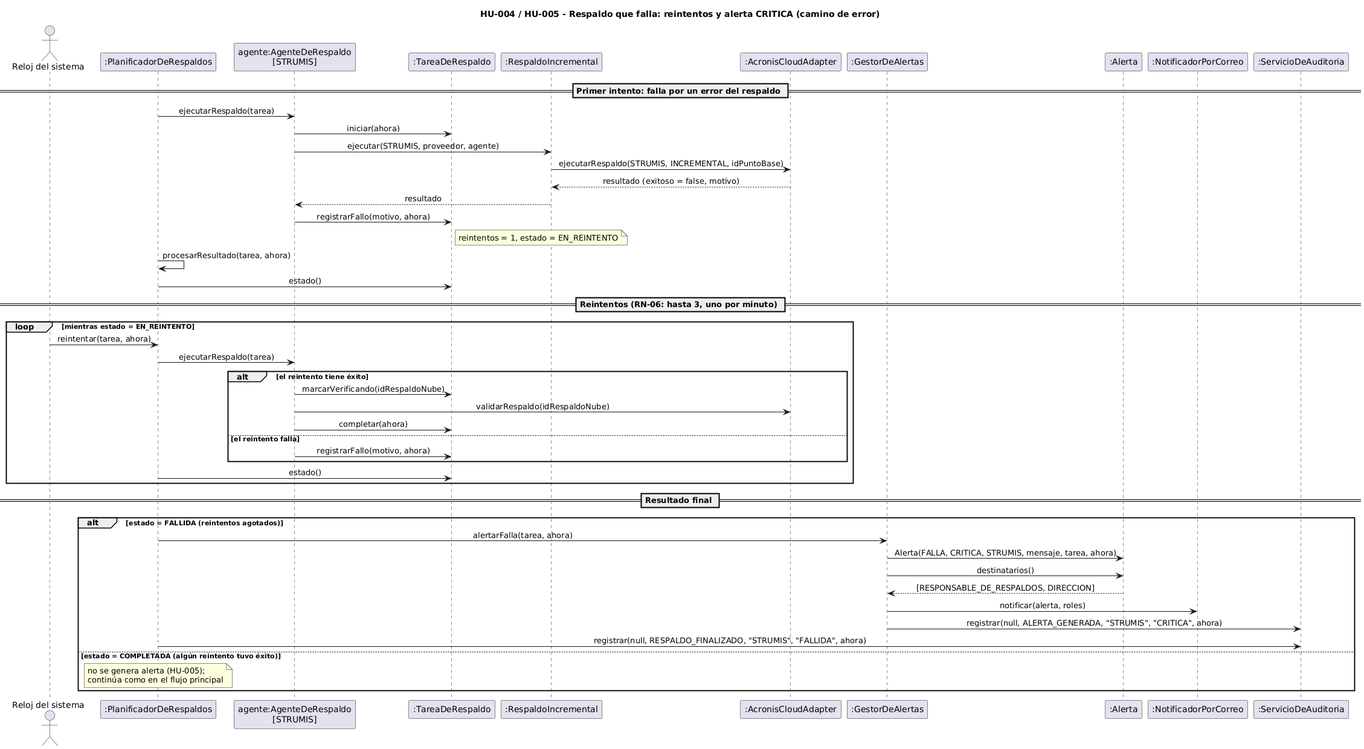
Julito-Art/ModelacionGruipo17 keeps this PlantUML diagram as diagramas/07-secuencia-hu004-error.png. Above is the earlier version.
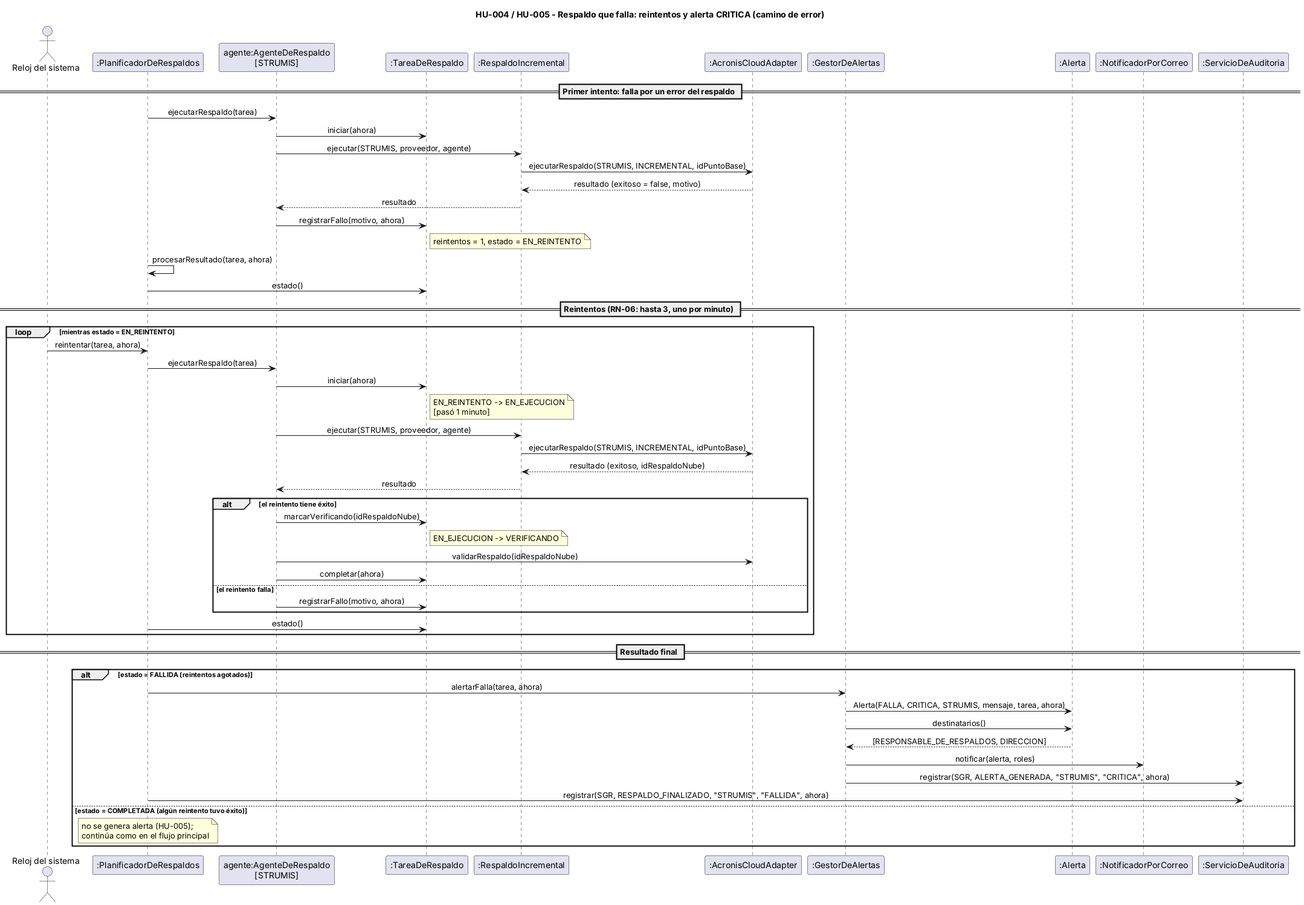
After the commit.

What changed in the source:
```diff
@@ -30,8 +30,15 @@
 loop mientras estado = EN_REINTENTO
   CLK -> PLA : reintentar(tarea, ahora)
   PLA -> AGE : ejecutarRespaldo(tarea)
+  AGE -> TAR : iniciar(ahora)
+  note right of TAR : EN_REINTENTO -> EN_EJECUCION\n[pasó 1 minuto]
+  AGE -> EST : ejecutar(STRUMIS, proveedor, agente)
+  EST -> ADA : ejecutarRespaldo(STRUMIS, INCREMENTAL, idPuntoBase)
+  ADA --> EST : resultado (exitoso, idRespaldoNube)
+  EST --> AGE : resultado
   alt el reintento tiene éxito
     AGE -> TAR : marcarVerificando(idRespaldoNube)
+    note right of TAR : EN_EJECUCION -> VERIFICANDO
     AGE -> ADA : validarRespaldo(idRespaldoNube)
     AGE -> TAR : completar(ahora)
   else el reintento falla
@@ -47,8 +54,8 @@
   ALE -> ALR : destinatarios()
   ALR --> ALE : [RESPONSABLE_DE_RESPALDOS, DIRECCION]
   ALE -> NOT : notificar(alerta, roles)
-  ALE -> AUD : registrar(null, ALERTA_GENERADA, "STRUMIS", "CRITICA", ahora)
-  PLA -> AUD : registrar(null, RESPALDO_FINALIZADO, "STRUMIS", "FALLIDA", ahora)
+  ALE -> AUD : registrar(SGR, ALERTA_GENERADA, "STRUMIS", "CRITICA", ahora)
+  PLA -> AUD : registrar(SGR, RESPALDO_FINALIZADO, "STRUMIS", "FALLIDA", ahora)
 else estado = COMPLETADA (algún reintento tuvo éxito)
   note over PLA : no se genera alerta (HU-005);\ncontinúa como en el flujo principal
 end
```
